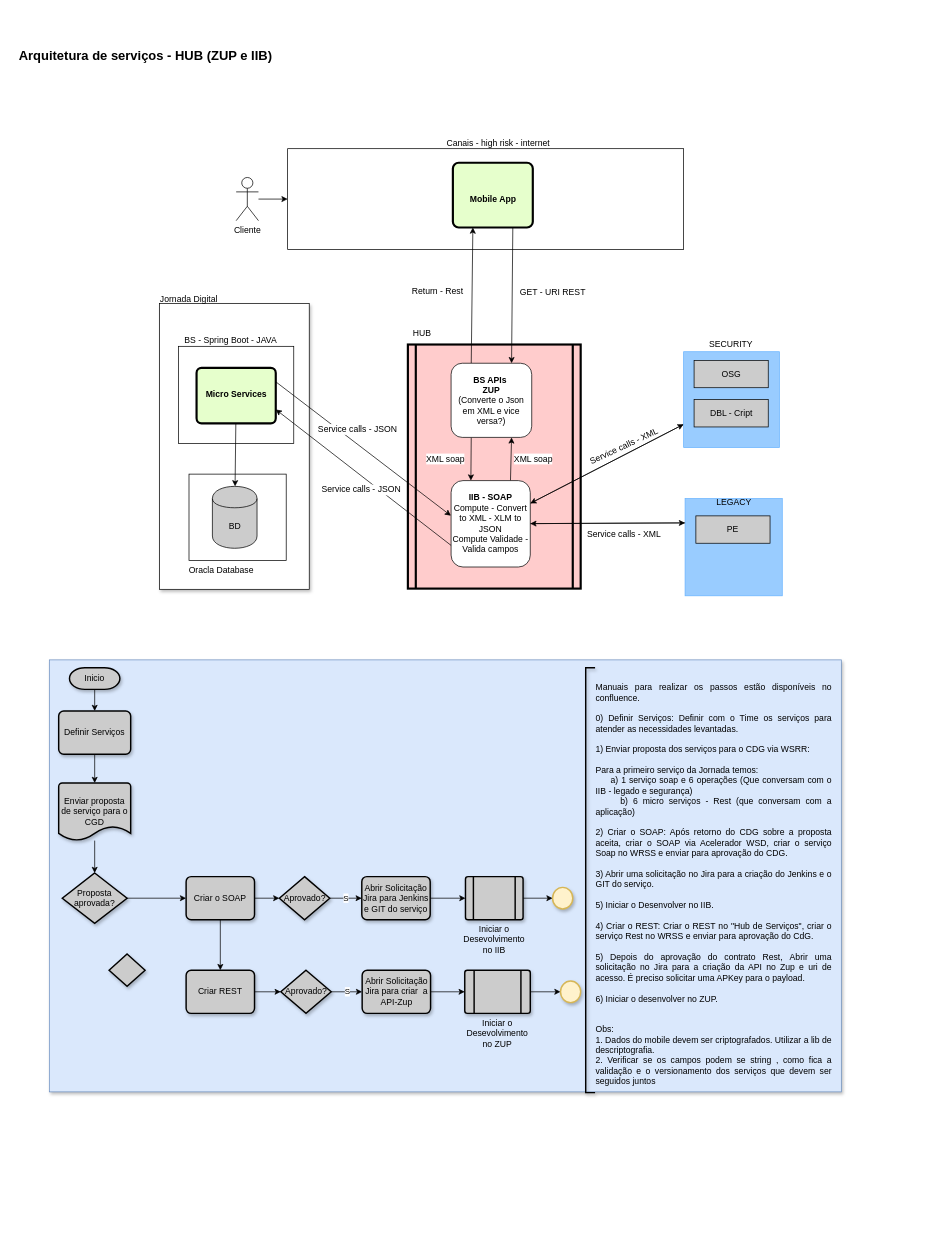
lucypbraz/Projects keeps this draw.io diagram as Untitled Diagram.drawio. Above is the earlier version. Source tidied: cells renumbered, new cells numbered last; positions are measured from the earlier drawing's top-left corner, leaving out a move shared by most shapes. Both pictures are drawn from the tidied source at 72%, with x=0, y=0 at pixel (15, 19).
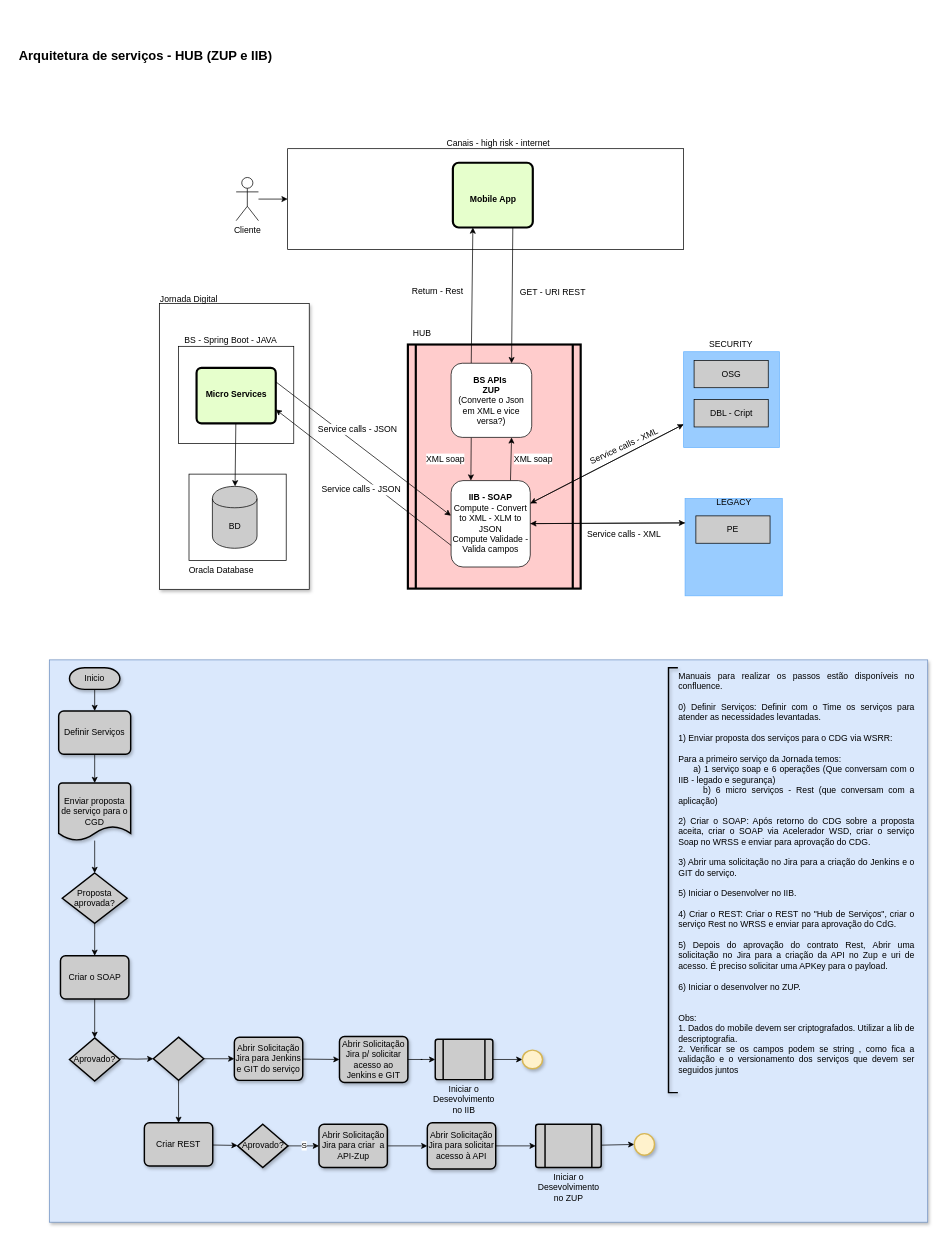
After the change.

The change refers to these unchanged cells:
```xml
<mxCell id="52" value="Proposta aprovada?" style="strokeWidth=2;html=1;shape=mxgraph.flowchart.decision;whiteSpace=wrap;shadow=1;fillColor=#CCCCCC;" parent="1" vertex="1">
  <mxGeometry x="65" y="1185" width="90" height="70" as="geometry" />
</mxCell>
```

Diff of the diagram source:
```diff
@@
     <mxCell id="2" style="rounded=0;whiteSpace=wrap;html=1;shadow=1;fillColor=#dae8fc;strokeColor=#6c8ebf;" parent="1" vertex="1">
-      <mxGeometry x="47" y="889" width="1100" height="600" as="geometry" />
+      <mxGeometry x="47" y="889" width="1220" height="781" as="geometry" />
     </mxCell>
@@
     <mxCell id="47" value="&lt;div style=&quot;text-align: justify&quot;&gt;Manuais para realizar os passos estão disponíveis no confluence.&lt;/div&gt;&lt;div style=&quot;text-align: justify&quot;&gt;&lt;br&gt;&lt;/div&gt;&lt;div style=&quot;text-align: justify&quot;&gt;0) Definir Serviços: Definir com o Time os serviços para atender as necessidades levantadas.&lt;/div&gt;&lt;div style=&quot;text-align: justify&quot;&gt;&lt;br&gt;&lt;/div&gt;&lt;div style=&quot;text-align: justify&quot;&gt;&lt;span&gt;1) Enviar proposta dos serviços para o CDG via WSRR:&lt;/span&gt;&lt;br&gt;&lt;/div&gt;&lt;div style=&quot;text-align: justify&quot;&gt;&lt;span&gt;&lt;br&gt;&lt;/span&gt;&lt;/div&gt;&lt;div style=&quot;text-align: justify&quot;&gt;&lt;span&gt;Para a primeiro serviço da Jornada temos:&amp;nbsp;&lt;/span&gt;&lt;/div&gt;&lt;div style=&quot;text-align: justify&quot;&gt;&lt;span&gt;&amp;nbsp; &amp;nbsp; &amp;nbsp;a) 1 serviço soap e 6 operações (Que conversam com o IIB - legado e segurança)&lt;/span&gt;&lt;/div&gt;&lt;div style=&quot;text-align: justify&quot;&gt;&lt;span&gt;&amp;nbsp; &amp;nbsp; &amp;nbsp;b) 6 micro serviços - Rest (que conversam com a aplicação)&lt;/span&gt;&lt;/div&gt;&lt;div style=&quot;text-align: justify&quot;&gt;&lt;span&gt;&lt;br&gt;&lt;/span&gt;&lt;/div&gt;&lt;div style=&quot;text-align: justify&quot;&gt;&lt;span&gt;2) Criar o SOAP: Após retorno do CDG sobre a proposta aceita, criar o SOAP via Acelerador WSD, criar o serviço Soap no WRSS e enviar para aprovação do CDG.&lt;/span&gt;&lt;/div&gt;&lt;div style=&quot;text-align: justify&quot;&gt;&lt;span&gt;&amp;nbsp;&lt;/span&gt;&lt;/div&gt;&lt;div style=&quot;text-align: justify&quot;&gt;&lt;span&gt;3) Abrir uma solicitação no Jira para a criação do Jenkins e o GIT do serviço.&lt;/span&gt;&lt;/div&gt;&lt;div style=&quot;text-align: justify&quot;&gt;&lt;span&gt;&lt;br&gt;&lt;/span&gt;&lt;/div&gt;&lt;div style=&quot;text-align: justify&quot;&gt;&lt;span&gt;5) Iniciar o Desenvolver no IIB.&lt;/span&gt;&lt;/div&gt;&lt;div style=&quot;text-align: justify&quot;&gt;&lt;span&gt;&lt;br&gt;&lt;/span&gt;&lt;/div&gt;&lt;div style=&quot;text-align: justify&quot;&gt;4) Criar o REST: Criar o REST no &quot;Hub de Serviços&quot;, criar o serviço Rest no WRSS e enviar para aprovação do CdG.&lt;span&gt;&lt;br&gt;&lt;/span&gt;&lt;/div&gt;&lt;div style=&quot;text-align: justify&quot;&gt;&lt;br&gt;&lt;/div&gt;&lt;div style=&quot;text-align: justify&quot;&gt;5) Depois do aprovação do contrato Rest,&amp;nbsp;&lt;span&gt;Abrir uma solicitação no Jira para a criação da API no Zup e uri de acesso. É preciso solicitar uma APKey para o payload.&lt;/span&gt;&lt;/div&gt;&lt;div style=&quot;text-align: justify&quot;&gt;&lt;span&gt;&lt;br&gt;&lt;/span&gt;&lt;/div&gt;&lt;div style=&quot;text-align: justify&quot;&gt;6) Iniciar o desenvolver no ZUP.&lt;/div&gt;&lt;div style=&quot;text-align: justify&quot;&gt;&lt;span&gt;&lt;br&gt;&lt;/span&gt;&lt;/div&gt;&lt;div style=&quot;text-align: justify&quot;&gt;&lt;span&gt;&lt;br&gt;&lt;/span&gt;&lt;/div&gt;&lt;div style=&quot;text-align: justify&quot;&gt;Obs:&lt;/div&gt;&lt;div style=&quot;text-align: justify&quot;&gt;1. Dados do mobile devem ser criptografados. Utilizar a lib de descriptografia.&lt;/div&gt;&lt;div style=&quot;text-align: justify&quot;&gt;2. Verificar se os campos podem se string , como fica a validação e o versionamento dos serviços que devem ser seguidos juntos&lt;/div&gt;" style="text;html=1;strokeColor=none;fillColor=none;align=center;verticalAlign=middle;whiteSpace=wrap;rounded=0;shadow=1;" parent="1" vertex="1">
-      <mxGeometry x="804.5" y="926" width="330" height="550" as="geometry" />
+      <mxGeometry x="919.5" y="910" width="330" height="550" as="geometry" />
     </mxCell>
@@
     <mxCell id="56" value="Criar o SOAP" style="rounded=1;whiteSpace=wrap;html=1;absoluteArcSize=1;arcSize=14;strokeWidth=2;shadow=1;fillColor=#CCCCCC;" parent="1" vertex="1">
-      <mxGeometry x="237" y="1190" width="95" height="60" as="geometry" />
+      <mxGeometry x="62.5" y="1300" width="95" height="60" as="geometry" />
     </mxCell>
@@
     <mxCell id="58" value="Criar REST" style="rounded=1;whiteSpace=wrap;html=1;absoluteArcSize=1;arcSize=14;strokeWidth=2;shadow=1;fillColor=#CCCCCC;" parent="1" vertex="1">
-      <mxGeometry x="237" y="1320" width="95" height="60" as="geometry" />
+      <mxGeometry x="179" y="1532" width="95" height="60" as="geometry" />
     </mxCell>
     <mxCell id="59" style="strokeWidth=2;html=1;shape=mxgraph.flowchart.annotation_1;align=left;shadow=1;fillColor=#CCCCCC;" parent="1" vertex="1">
-      <mxGeometry x="792" y="900" width="13" height="590" as="geometry" />
+      <mxGeometry x="907" y="900" width="13" height="590" as="geometry" />
     </mxCell>
@@
     <mxCell id="61" value="Iniciar o Desevolvimento no IIB" style="verticalLabelPosition=bottom;verticalAlign=top;html=1;strokeWidth=2;shape=process;whiteSpace=wrap;rounded=1;size=0.14;arcSize=6;shadow=1;fillColor=#CCCCCC;" parent="1" vertex="1">
-      <mxGeometry x="625" y="1190" width="80" height="60" as="geometry" />
+      <mxGeometry x="583" y="1416" width="80" height="56" as="geometry" />
     </mxCell>
-    <mxCell id="62" value="S" style="edgeStyle=none;rounded=0;jettySize=auto;html=1;" parent="1" edge="1" source="63" target="71">
-      <mxGeometry relative="1" as="geometry" />
-    </mxCell>
+    <mxCell id="78" style="edgeStyle=orthogonalEdgeStyle;rounded=0;jettySize=auto;html=1;" parent="1" edge="1" source="81" target="58">
+      <mxGeometry relative="1" as="geometry" />
+    </mxCell>
+    <mxCell id="79" style="edgeStyle=orthogonalEdgeStyle;rounded=0;jettySize=auto;html=1;" parent="1" edge="1" target="81">
+      <mxGeometry relative="1" as="geometry">
+        <mxPoint x="145" y="1443" as="sourcePoint" />
+      </mxGeometry>
+    </mxCell>
     <mxCell id="63" value="Aprovado?" style="strokeWidth=2;html=1;shape=mxgraph.flowchart.decision;whiteSpace=wrap;shadow=1;fillColor=#CCCCCC;" parent="1" vertex="1">
-      <mxGeometry x="366.5" y="1190" width="70" height="60" as="geometry" />
+      <mxGeometry x="75" y="1414" width="70" height="60" as="geometry" />
     </mxCell>
     <mxCell id="64" style="verticalLabelPosition=bottom;verticalAlign=top;html=1;strokeWidth=2;shape=mxgraph.flowchart.on-page_reference;shadow=1;fillColor=#fff2cc;strokeColor=#d6b656;" parent="1" vertex="1">
-      <mxGeometry x="746" y="1205" width="28" height="30" as="geometry" />
+      <mxGeometry x="704" y="1431" width="28" height="26" as="geometry" />
     </mxCell>
-    <mxCell id="65" style="edgeStyle=none;rounded=0;jettySize=auto;html=1;" parent="1" edge="1" source="66" target="69">
+    <mxCell id="65" style="edgeStyle=none;rounded=0;jettySize=auto;html=1;entryX=0;entryY=0.5;entryDx=0;entryDy=0;entryPerimeter=0;" parent="1" edge="1" source="66" target="69">
       <mxGeometry relative="1" as="geometry" />
     </mxCell>
     <mxCell id="66" value="Iniciar o Desevolvimento no ZUP" style="verticalLabelPosition=bottom;verticalAlign=top;html=1;strokeWidth=2;shape=process;whiteSpace=wrap;rounded=1;size=0.14;arcSize=6;shadow=1;fillColor=#CCCCCC;" parent="1" vertex="1">
-      <mxGeometry x="624" y="1320" width="91" height="60" as="geometry" />
+      <mxGeometry x="722.5" y="1534" width="91" height="60" as="geometry" />
     </mxCell>
@@
     <mxCell id="68" value="Aprovado?" style="strokeWidth=2;html=1;shape=mxgraph.flowchart.decision;whiteSpace=wrap;shadow=1;fillColor=#CCCCCC;" parent="1" vertex="1">
-      <mxGeometry x="368.5" y="1320" width="70" height="60" as="geometry" />
+      <mxGeometry x="308.5" y="1534" width="70" height="60" as="geometry" />
     </mxCell>
     <mxCell id="69" style="verticalLabelPosition=bottom;verticalAlign=top;html=1;strokeWidth=2;shape=mxgraph.flowchart.on-page_reference;shadow=1;fillColor=#fff2cc;strokeColor=#d6b656;" parent="1" vertex="1">
-      <mxGeometry x="757" y="1335" width="28" height="30" as="geometry" />
+      <mxGeometry x="859.5" y="1547" width="28" height="30" as="geometry" />
     </mxCell>
-    <mxCell id="70" style="edgeStyle=none;rounded=0;jettySize=auto;html=1;" parent="1" edge="1" source="71" target="61">
+    <mxCell id="70" style="edgeStyle=none;rounded=0;jettySize=auto;html=1;entryX=0;entryY=0.5;entryDx=0;entryDy=0;" parent="1" edge="1" source="71" target="85">
       <mxGeometry relative="1" as="geometry" />
     </mxCell>
     <mxCell id="71" value="Abrir Solicitação Jira para Jenkins e GIT do serviço" style="rounded=1;whiteSpace=wrap;html=1;absoluteArcSize=1;arcSize=14;strokeWidth=2;shadow=1;fillColor=#CCCCCC;" parent="1" vertex="1">
-      <mxGeometry x="481" y="1190" width="95" height="60" as="geometry" />
+      <mxGeometry x="304" y="1413" width="95" height="60" as="geometry" />
     </mxCell>
-    <mxCell id="72" style="edgeStyle=orthogonalEdgeStyle;rounded=0;jettySize=auto;html=1;" parent="1" edge="1" source="73" target="66">
+    <mxCell id="72" style="edgeStyle=orthogonalEdgeStyle;rounded=0;jettySize=auto;html=1;" parent="1" edge="1" source="73" target="83">
       <mxGeometry relative="1" as="geometry" />
     </mxCell>
     <mxCell id="73" value="Abrir Solicitação Jira para criar&amp;nbsp; a API-Zup" style="rounded=1;whiteSpace=wrap;html=1;absoluteArcSize=1;arcSize=14;strokeWidth=2;shadow=1;fillColor=#CCCCCC;" parent="1" vertex="1">
-      <mxGeometry x="481.5" y="1320" width="95" height="60" as="geometry" />
+      <mxGeometry x="421.5" y="1534" width="95" height="60" as="geometry" />
     </mxCell>
-    <mxCell id="74" style="edgeStyle=orthogonalEdgeStyle;rounded=0;jettySize=auto;html=1;entryX=0;entryY=0.5;entryDx=0;entryDy=0;" parent="1" edge="1" source="52" target="56">
+    <mxCell id="74" style="edgeStyle=orthogonalEdgeStyle;rounded=0;jettySize=auto;html=1;" parent="1" edge="1" source="52" target="56">
       <mxGeometry relative="1" as="geometry" />
     </mxCell>
-    <mxCell id="75" style="edgeStyle=orthogonalEdgeStyle;rounded=0;jettySize=auto;html=1;" parent="1" edge="1" source="56" target="58">
-      <mxGeometry relative="1" as="geometry" />
-    </mxCell>
-    <mxCell id="76" style="strokeWidth=2;html=1;shape=mxgraph.flowchart.decision;whiteSpace=wrap;shadow=1;fillColor=#CCCCCC;" parent="1" vertex="1">
-      <mxGeometry x="130" y="1297.5" width="50" height="45" as="geometry" />
-    </mxCell>
@@
+    <mxCell id="80" style="edgeStyle=orthogonalEdgeStyle;rounded=0;jettySize=auto;html=1;" parent="1" edge="1" source="81" target="71">
+      <mxGeometry relative="1" as="geometry" />
+    </mxCell>
+    <mxCell id="81" style="strokeWidth=2;html=1;shape=mxgraph.flowchart.decision;whiteSpace=wrap;shadow=1;fillColor=#CCCCCC;" parent="1" vertex="1">
+      <mxGeometry x="191.5" y="1413" width="70" height="60" as="geometry" />
+    </mxCell>
+    <mxCell id="82" style="edgeStyle=orthogonalEdgeStyle;rounded=0;jettySize=auto;html=1;" parent="1" edge="1" source="83" target="66">
+      <mxGeometry relative="1" as="geometry" />
+    </mxCell>
+    <mxCell id="83" value="Abrir Solicitação Jira para solicitar acesso à API" style="rounded=1;whiteSpace=wrap;html=1;absoluteArcSize=1;arcSize=14;strokeWidth=2;shadow=1;fillColor=#CCCCCC;" parent="1" vertex="1">
+      <mxGeometry x="572" y="1532" width="95" height="64" as="geometry" />
+    </mxCell>
+    <mxCell id="84" style="edgeStyle=orthogonalEdgeStyle;rounded=0;jettySize=auto;html=1;" parent="1" edge="1" source="85" target="61">
+      <mxGeometry relative="1" as="geometry" />
+    </mxCell>
+    <mxCell id="85" value="Abrir Solicitação Jira p/ solicitar acesso ao Jenkins e GIT" style="rounded=1;whiteSpace=wrap;html=1;absoluteArcSize=1;arcSize=14;strokeWidth=2;shadow=1;fillColor=#CCCCCC;" parent="1" vertex="1">
+      <mxGeometry x="450" y="1412" width="95" height="64" as="geometry" />
+    </mxCell>
```
